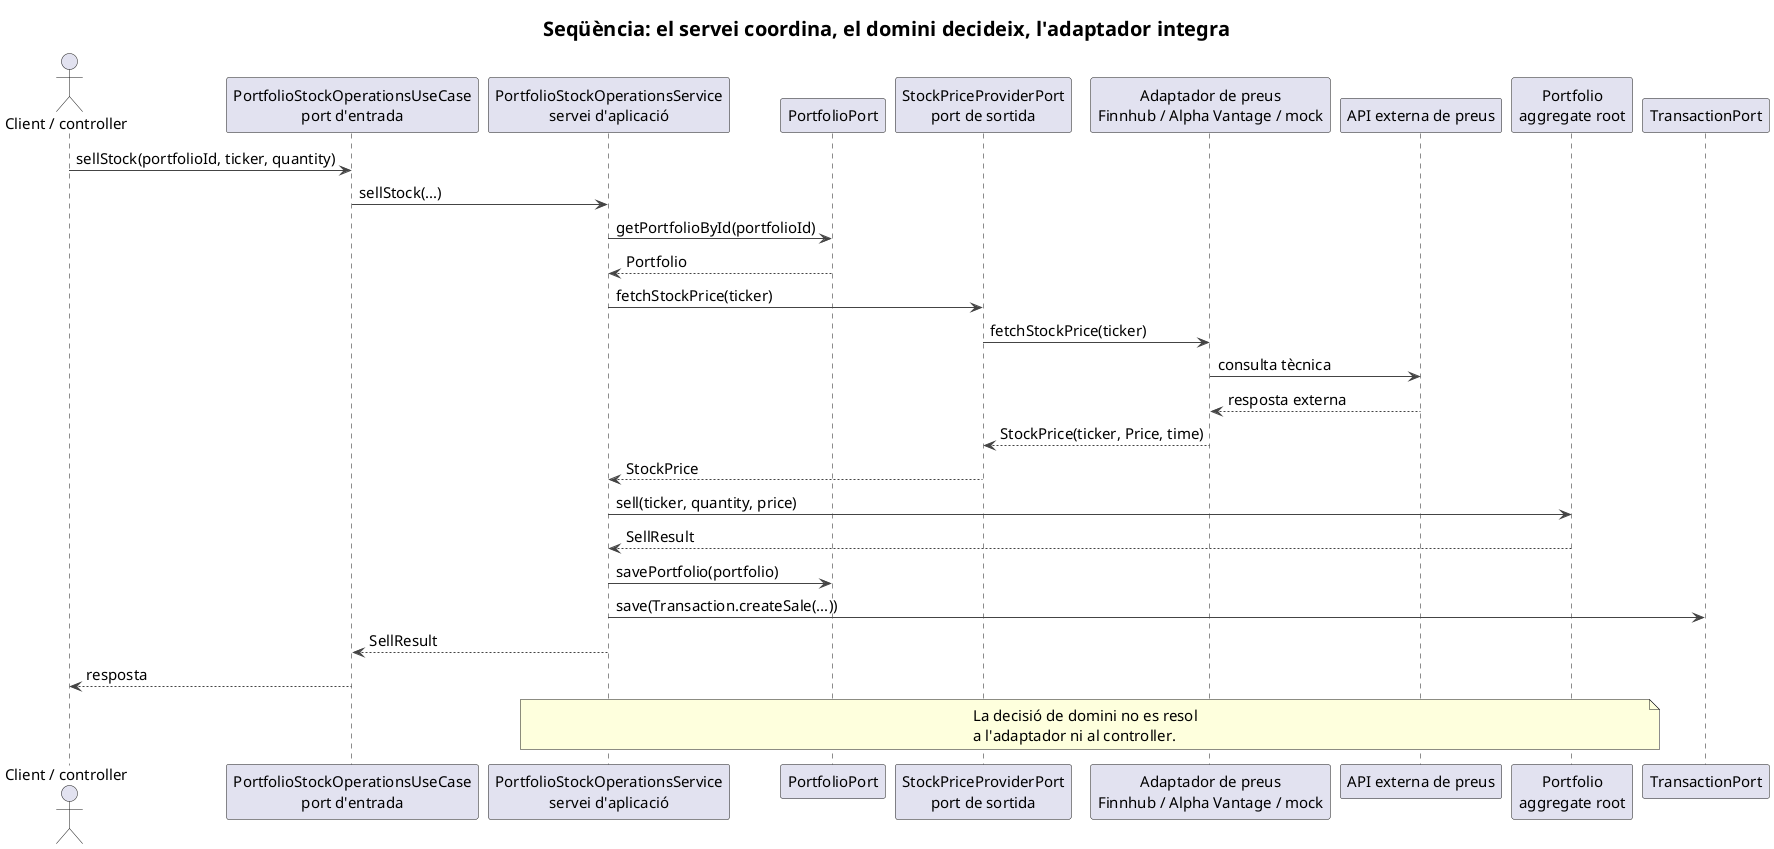
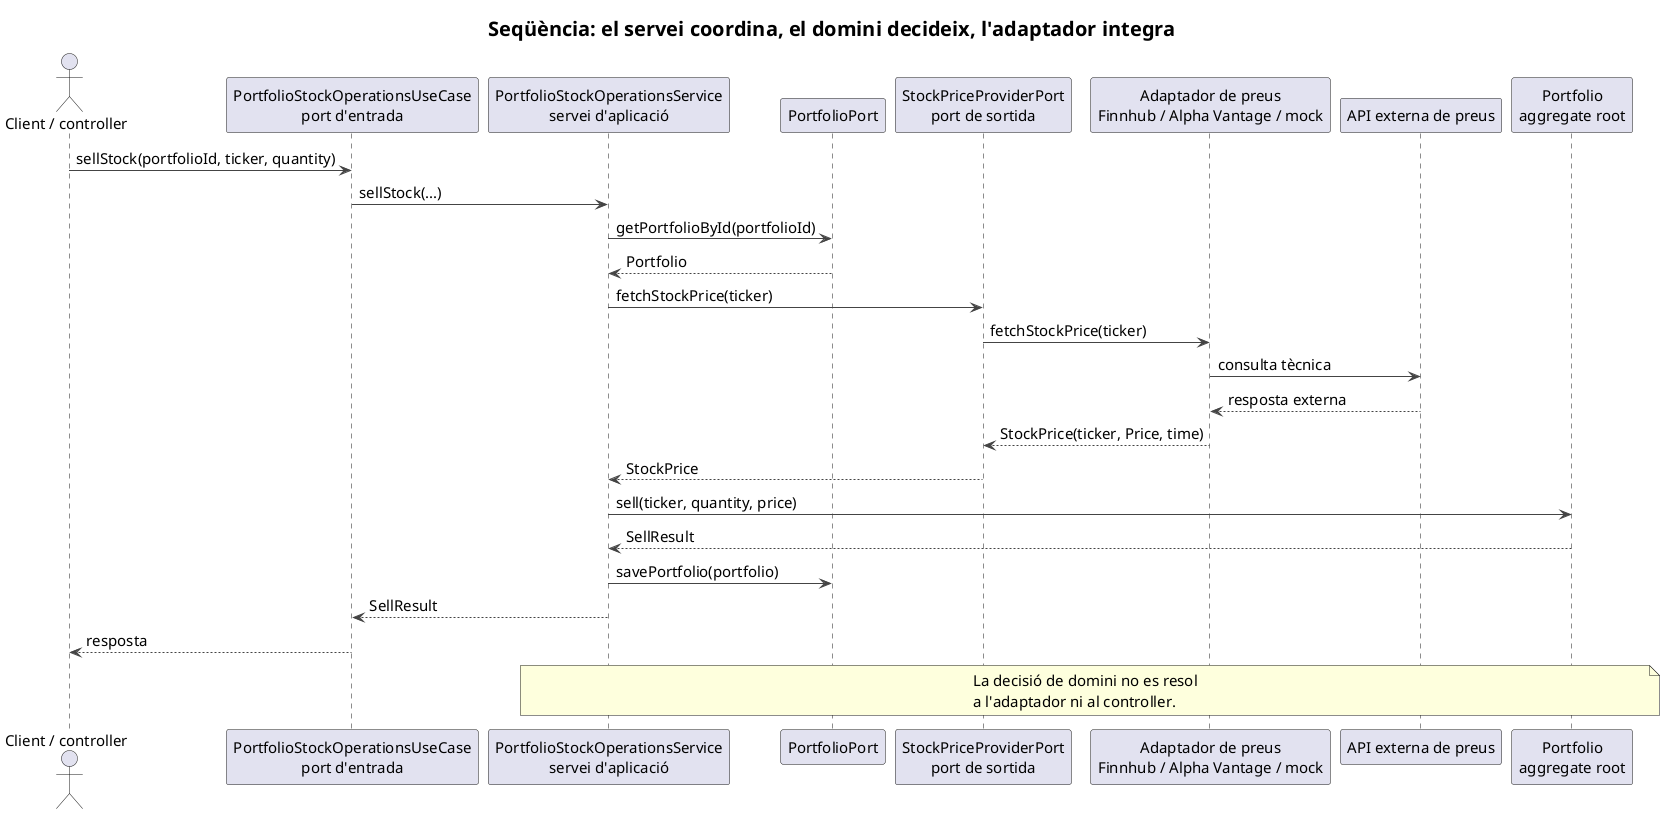
@startuml
title Seqüència: el servei coordina, el domini decideix, l'adaptador integra

skinparam backgroundColor #FFFFFF
skinparam shadowing false
skinparam defaultFontName Arial
skinparam defaultFontSize 15
skinparam titleFontSize 20
skinparam ArrowColor #444444

actor "Client / controller" as Client
participant "PortfolioStockOperationsUseCase\nport d'entrada" as InPort
participant "PortfolioStockOperationsService\nservei d'aplicació" as Service
participant "PortfolioPort" as PortfolioPort
participant "StockPriceProviderPort\nport de sortida" as PricePort
participant "Adaptador de preus\nFinnhub / Alpha Vantage / mock" as Adapter
participant "API externa de preus" as ExternalApi
participant "Portfolio\naggregate root" as Portfolio
- participant "TransactionPort" as TransactionPort

Client -> InPort : sellStock(portfolioId, ticker, quantity)
InPort -> Service : sellStock(...)
Service -> PortfolioPort : getPortfolioById(portfolioId)
PortfolioPort --> Service : Portfolio
Service -> PricePort : fetchStockPrice(ticker)
PricePort -> Adapter : fetchStockPrice(ticker)
Adapter -> ExternalApi : consulta tècnica
ExternalApi --> Adapter : resposta externa
Adapter --> PricePort : StockPrice(ticker, Price, time)
PricePort --> Service : StockPrice
Service -> Portfolio : sell(ticker, quantity, price)
Portfolio --> Service : SellResult
Service -> PortfolioPort : savePortfolio(portfolio)
- Service -> TransactionPort : save(Transaction.createSale(...))
Service --> InPort : SellResult
InPort --> Client : resposta

note over Service,Portfolio
  La decisió de domini no es resol
  a l'adaptador ni al controller.
end note
@enduml
